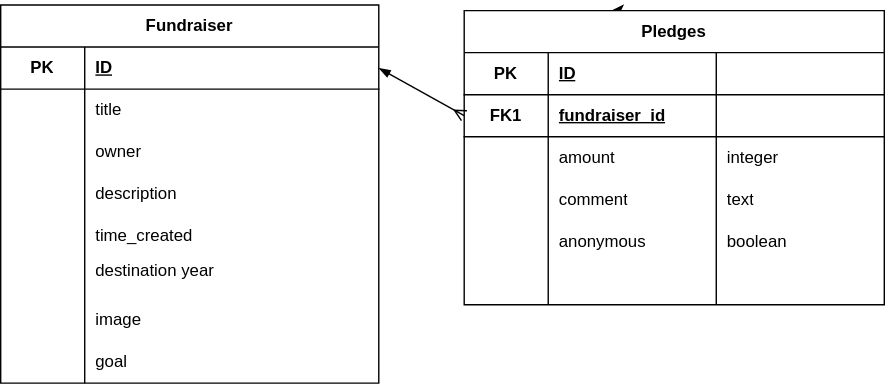
saraliaang/crowdfunding_backend keeps this draw.io diagram as database.drawio.svg. Above is the earlier version. Source tidied: cells renumbered, new cells last; positions are measured from the earlier drawing's top-left corner, leaving out a move shared by most shapes.
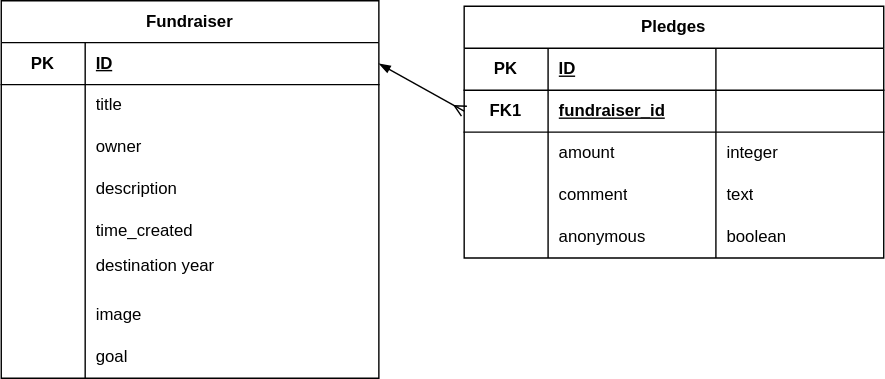
The same diagram one commit later.

Change to the diagram source:
```diff
@@ -77,13 +77,8 @@
     <mxCell id="26" value="goal" style="shape=partialRectangle;fillColor=none;top=0;left=0;bottom=0;right=0;align=left;spacingLeft=6;overflow=hidden;html=1;whiteSpace=wrap;" parent="24" vertex="1">
       <mxGeometry x="60" width="210" height="30" as="geometry" />
     </mxCell>
-    <mxCell id="27" style="edgeStyle=none;html=1;exitX=0.75;exitY=0;exitDx=0;exitDy=0;" parent="1" edge="1" source="28">
-      <mxGeometry relative="1" as="geometry">
-        <mxPoint x="436" y="4" as="targetPoint" />
-      </mxGeometry>
-    </mxCell>
     <mxCell id="28" value="Pledges" style="shape=table;startSize=30;rowLines=0;fontStyle=1;align=center;html=1;whiteSpace=wrap;" parent="1" vertex="1">
-      <mxGeometry x="331" y="4" width="300" height="210" as="geometry" />
+      <mxGeometry x="331" y="4" width="300" height="180" as="geometry" />
     </mxCell>
     <mxCell id="29" style="shape=tableRow;horizontal=0;startSize=0;swimlaneHead=0;swimlaneBody=0;fillColor=none;top=0;left=0;right=0;bottom=1;html=1;" parent="28" vertex="1">
       <mxGeometry y="30" width="300" height="30" as="geometry" />
@@ -145,18 +140,6 @@
     <mxCell id="48" value="boolean" style="shape=partialRectangle;fillColor=none;top=0;left=0;bottom=0;right=0;align=left;spacingLeft=6;overflow=hidden;html=1;whiteSpace=wrap;" parent="45" vertex="1">
       <mxGeometry x="180" width="120" height="30" as="geometry" />
     </mxCell>
-    <mxCell id="49" style="shape=tableRow;horizontal=0;startSize=0;swimlaneHead=0;swimlaneBody=0;fillColor=none;top=0;left=0;right=0;bottom=0;html=1;" parent="28" vertex="1">
-      <mxGeometry y="180" width="300" height="30" as="geometry" />
-    </mxCell>
-    <mxCell id="50" style="shape=partialRectangle;fillColor=none;top=0;left=0;bottom=0;right=0;overflow=hidden;html=1;whiteSpace=wrap;" parent="49" vertex="1">
-      <mxGeometry width="60" height="30" as="geometry" />
-    </mxCell>
-    <mxCell id="51" style="shape=partialRectangle;fillColor=none;top=0;left=0;bottom=0;right=0;align=left;spacingLeft=6;overflow=hidden;html=1;whiteSpace=wrap;" parent="49" vertex="1">
-      <mxGeometry x="60" width="120" height="30" as="geometry" />
-    </mxCell>
-    <mxCell id="52" style="shape=partialRectangle;fillColor=none;top=0;left=0;bottom=0;right=0;align=left;spacingLeft=6;overflow=hidden;html=1;whiteSpace=wrap;" parent="49" vertex="1">
-      <mxGeometry x="180" width="120" height="30" as="geometry" />
-    </mxCell>
     <mxCell id="53" style="edgeStyle=none;html=1;entryX=0;entryY=0.5;entryDx=0;entryDy=0;exitX=1;exitY=0.5;exitDx=0;exitDy=0;startArrow=blockThin;startFill=1;endArrow=ERmany;endFill=0;" parent="1" edge="1" source="3" target="33">
       <mxGeometry relative="1" as="geometry" />
     </mxCell>
```
